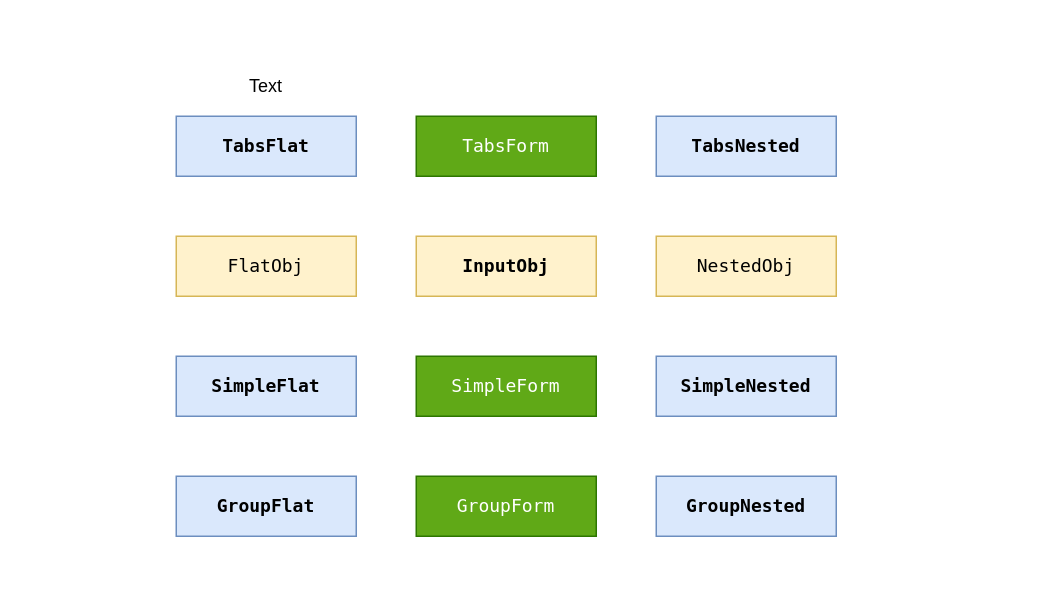
Earlier version of the draw.io diagram page "模式" (1 of 2) of src/lib/edit/pair/doc/edit-pair.drawio (site-zero/tijs). Source tidied: cells renumbered, new cells numbered last; positions are measured from the earlier drawing's top-left corner, leaving out a move shared by most shapes. Both pictures are drawn from the tidied source at 150%, with x=0, y=0 at pixel (176, 56).
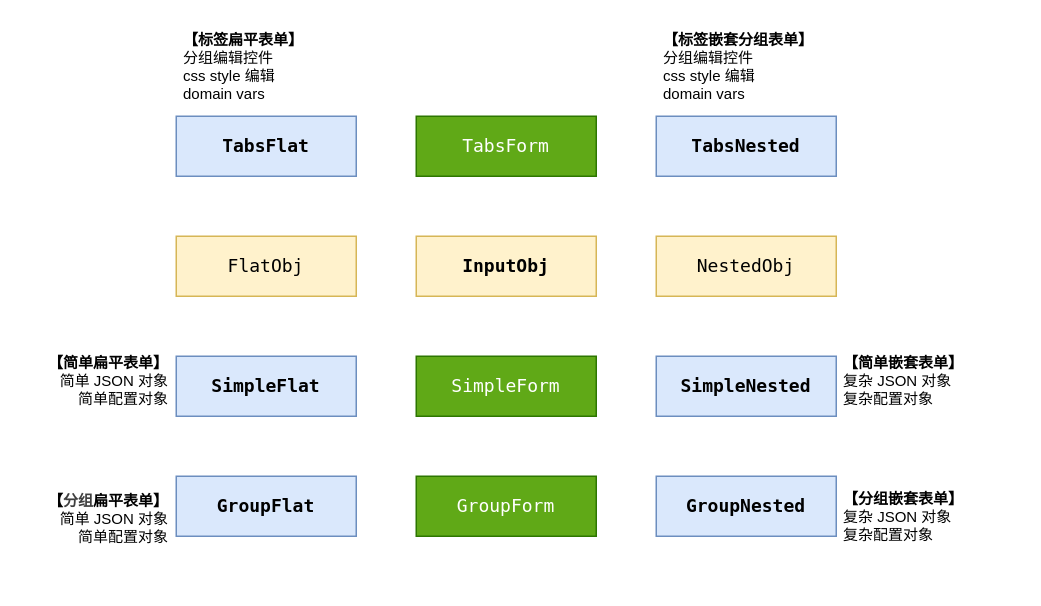
After the change.

What changed in the source:
```diff
@@
 <mxGraphModel>
   <root>
     <mxCell id="0" />
     <mxCell id="1" parent="0" />
     <mxCell id="2" value="InputObj" style="rounded=0;whiteSpace=wrap;html=1;fontFamily=Lucida Console;fillColor=#fff2cc;strokeColor=#d6b656;fontStyle=1;" parent="1" vertex="1">
       <mxGeometry x="160" y="120" width="120" height="40" as="geometry" />
     </mxCell>
     <mxCell id="3" value="TabsForm" style="rounded=0;whiteSpace=wrap;html=1;fontFamily=Lucida Console;fillColor=#60a917;fontColor=#ffffff;strokeColor=#2D7600;" parent="1" vertex="1">
       <mxGeometry x="160" y="40" width="120" height="40" as="geometry" />
     </mxCell>
     <mxCell id="4" value="SimpleForm" style="rounded=0;whiteSpace=wrap;html=1;fontFamily=Lucida Console;fillColor=#60a917;fontColor=#ffffff;strokeColor=#2D7600;" parent="1" vertex="1">
       <mxGeometry x="160" y="200" width="120" height="40" as="geometry" />
     </mxCell>
     <mxCell id="5" value="FlatObj" style="rounded=0;whiteSpace=wrap;html=1;fontFamily=Lucida Console;fillColor=#fff2cc;strokeColor=#d6b656;" parent="1" vertex="1">
       <mxGeometry y="120" width="120" height="40" as="geometry" />
     </mxCell>
     <mxCell id="6" value="NestedObj" style="rounded=0;whiteSpace=wrap;html=1;fontFamily=Lucida Console;fillColor=#fff2cc;strokeColor=#d6b656;" parent="1" vertex="1">
       <mxGeometry x="320" y="120" width="120" height="40" as="geometry" />
     </mxCell>
     <mxCell id="7" value="GroupForm" style="rounded=0;whiteSpace=wrap;html=1;fontFamily=Lucida Console;fillColor=#60a917;fontColor=#ffffff;strokeColor=#2D7600;" parent="1" vertex="1">
       <mxGeometry x="160" y="280" width="120" height="40" as="geometry" />
     </mxCell>
     <mxCell id="8" value="&lt;span style=&quot;color: rgb(0, 0, 0);&quot;&gt;&lt;span style=&quot;color: rgb(0, 0, 0);&quot;&gt;Tabs&lt;/span&gt;Flat&lt;/span&gt;" style="rounded=0;whiteSpace=wrap;html=1;fontFamily=Lucida Console;fillColor=#dae8fc;strokeColor=#6c8ebf;fontStyle=1;fontSize=12;" parent="1" vertex="1">
       <mxGeometry y="40" width="120" height="40" as="geometry" />
     </mxCell>
     <mxCell id="9" value="&lt;span style=&quot;color: rgb(0, 0, 0);&quot;&gt;Tabs&lt;/span&gt;Nested" style="rounded=0;whiteSpace=wrap;html=1;fontFamily=Lucida Console;fillColor=#dae8fc;strokeColor=#6c8ebf;fontStyle=1;fontSize=12;" parent="1" vertex="1">
       <mxGeometry x="320" y="40" width="120" height="40" as="geometry" />
     </mxCell>
     <mxCell id="10" value="&lt;span style=&quot;color: rgb(0, 0, 0);&quot;&gt;SimpleFlat&lt;/span&gt;" style="rounded=0;whiteSpace=wrap;html=1;fontFamily=Lucida Console;fillColor=#dae8fc;strokeColor=#6c8ebf;fontStyle=1;fontSize=12;" parent="1" vertex="1">
       <mxGeometry y="200" width="120" height="40" as="geometry" />
     </mxCell>
     <mxCell id="11" value="&lt;span style=&quot;color: rgb(0, 0, 0);&quot;&gt;GroupFlat&lt;/span&gt;" style="rounded=0;whiteSpace=wrap;html=1;fontFamily=Lucida Console;fillColor=#dae8fc;strokeColor=#6c8ebf;fontStyle=1;fontSize=12;" parent="1" vertex="1">
       <mxGeometry y="280" width="120" height="40" as="geometry" />
     </mxCell>
     <mxCell id="12" value="SimpleNested" style="rounded=0;whiteSpace=wrap;html=1;fontFamily=Lucida Console;fillColor=#dae8fc;strokeColor=#6c8ebf;fontStyle=1;fontSize=12;" parent="1" vertex="1">
       <mxGeometry x="320" y="200" width="120" height="40" as="geometry" />
     </mxCell>
     <mxCell id="13" value="GroupNested" style="rounded=0;whiteSpace=wrap;html=1;fontFamily=Lucida Console;fillColor=#dae8fc;strokeColor=#6c8ebf;fontStyle=1;fontSize=12;" parent="1" vertex="1">
       <mxGeometry x="320" y="280" width="120" height="40" as="geometry" />
     </mxCell>
-    <mxCell id="14" value="Text" style="text;html=1;align=center;verticalAlign=middle;whiteSpace=wrap;rounded=0;" parent="1" vertex="1">
-      <mxGeometry width="120" height="40" as="geometry" />
+    <mxCell id="14" value="&lt;b&gt;【标签扁平表单&lt;span style=&quot;color: rgb(0, 0, 0);&quot;&gt;】&lt;/span&gt;&lt;/b&gt;&lt;br&gt;分组编辑控件&lt;div&gt;&lt;font color=&quot;#000000&quot;&gt;css style 编辑&lt;br&gt;&lt;/font&gt;&lt;div&gt;&lt;font color=&quot;#000000&quot;&gt;domain vars&lt;br&gt;&lt;/font&gt;&lt;div&gt;&lt;br&gt;&lt;/div&gt;&lt;/div&gt;&lt;/div&gt;" style="text;html=1;align=left;verticalAlign=middle;whiteSpace=wrap;rounded=0;spacing=5;spacingTop=6;fontSize=10;" parent="1" vertex="1">
+      <mxGeometry y="-20" width="120" height="60" as="geometry" />
     </mxCell>
+    <mxCell id="15" value="&lt;b&gt;【标签嵌套分组表单&lt;span style=&quot;color: rgb(0, 0, 0);&quot;&gt;】&lt;/span&gt;&lt;/b&gt;&lt;br&gt;分组编辑控件&lt;div&gt;&lt;font color=&quot;#000000&quot;&gt;css style 编辑&lt;br&gt;&lt;/font&gt;&lt;div&gt;&lt;font color=&quot;#000000&quot;&gt;domain vars&lt;br&gt;&lt;/font&gt;&lt;div&gt;&lt;br&gt;&lt;/div&gt;&lt;/div&gt;&lt;/div&gt;" style="text;html=1;align=left;verticalAlign=middle;whiteSpace=wrap;rounded=0;spacing=5;spacingTop=6;fontSize=10;" parent="1" vertex="1">
+      <mxGeometry x="320" y="-20" width="120" height="60" as="geometry" />
+    </mxCell>
+    <mxCell id="16" value="&lt;b&gt;【简单扁平&lt;/b&gt;&lt;b&gt;表单&lt;span style=&quot;color: rgb(0, 0, 0);&quot;&gt;】&lt;/span&gt;&lt;/b&gt;&lt;br&gt;简单 JSON 对象&lt;div&gt;简单配置对象&lt;/div&gt;" style="text;html=1;align=right;verticalAlign=bottom;whiteSpace=wrap;rounded=0;spacing=5;spacingTop=-1;fontSize=10;" parent="1" vertex="1">
+      <mxGeometry x="-100" y="170" width="100" height="70" as="geometry" />
+    </mxCell>
+    <mxCell id="17" value="&lt;b&gt;【简单嵌套表单&lt;span style=&quot;color: rgb(0, 0, 0);&quot;&gt;】&lt;/span&gt;&lt;/b&gt;&lt;br&gt;复杂 JSON 对象&lt;div&gt;复杂配置对象&lt;/div&gt;" style="text;html=1;align=left;verticalAlign=bottom;whiteSpace=wrap;rounded=0;spacing=5;spacingTop=0;fontSize=10;" parent="1" vertex="1">
+      <mxGeometry x="440" y="170" width="120" height="70" as="geometry" />
+    </mxCell>
+    <mxCell id="18" value="&lt;b&gt;【&lt;/b&gt;&lt;b style=&quot;color: rgb(63, 63, 63); scrollbar-color: rgb(226, 226, 226) rgb(251, 251, 251);&quot;&gt;分组&lt;/b&gt;&lt;b&gt;扁平表单&lt;span style=&quot;color: rgb(0, 0, 0);&quot;&gt;】&lt;/span&gt;&lt;/b&gt;&lt;br&gt;简单 JSON 对象&lt;div&gt;简单配置对象&lt;/div&gt;" style="text;html=1;align=right;verticalAlign=top;whiteSpace=wrap;rounded=0;spacing=5;spacingTop=1;fontSize=10;" parent="1" vertex="1">
+      <mxGeometry x="-100" y="280" width="100" height="70" as="geometry" />
+    </mxCell>
+    <mxCell id="19" value="&lt;b&gt;【分组嵌套表单&lt;span style=&quot;color: rgb(0, 0, 0);&quot;&gt;】&lt;/span&gt;&lt;/b&gt;&lt;br&gt;复杂 JSON 对象&lt;div&gt;复杂配置对象&lt;/div&gt;" style="text;html=1;align=left;verticalAlign=top;whiteSpace=wrap;rounded=0;spacing=5;spacingTop=0;fontSize=10;" parent="1" vertex="1">
+      <mxGeometry x="440" y="280" width="120" height="70" as="geometry" />
+    </mxCell>
   </root>
 </mxGraphModel>
```
